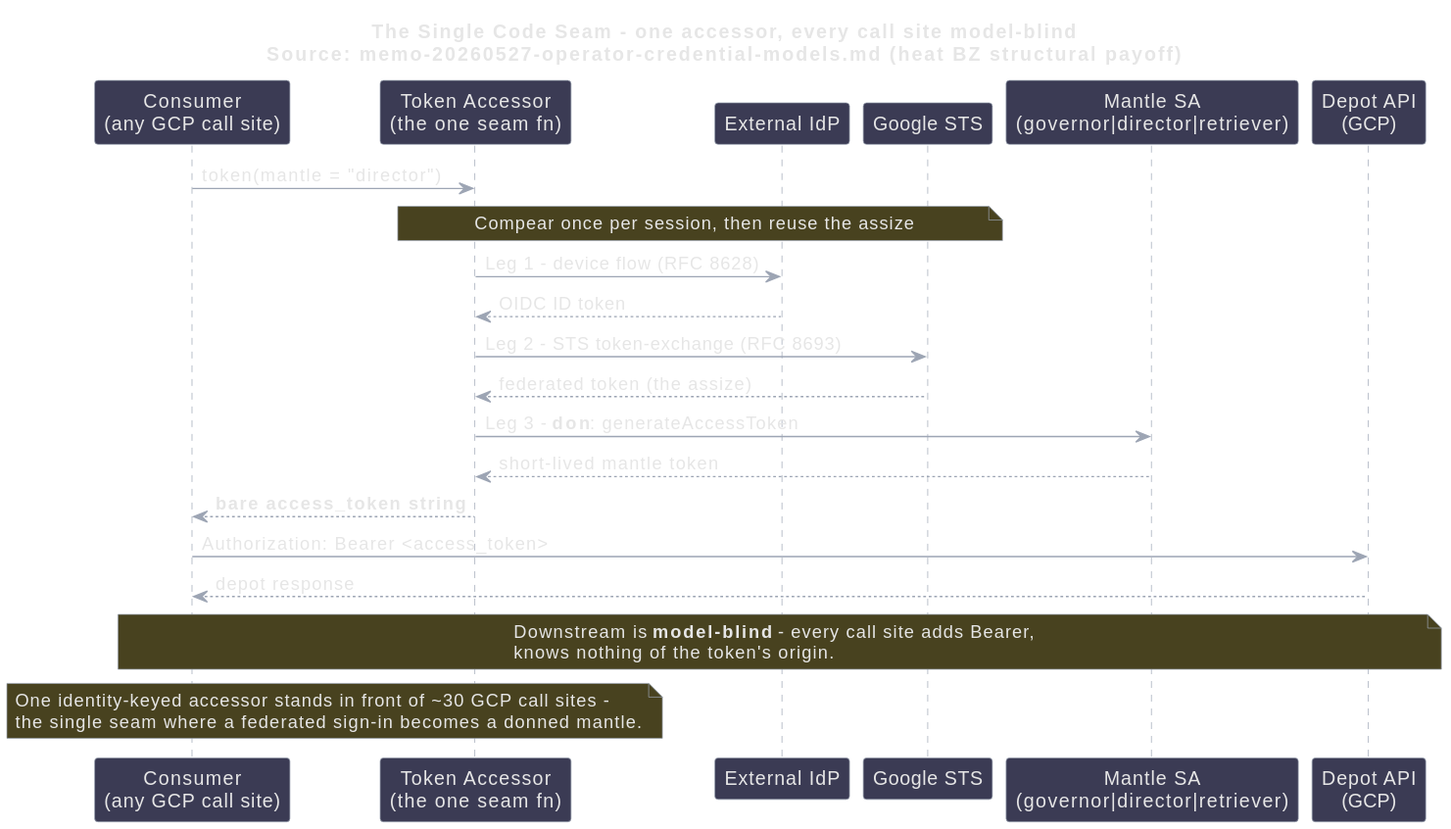
Above: diagrams/rbdgm_federation-seam-dark.svg in bhyslop/recipemuster (PlantUML), before the change. The source it was exported from:
```plantuml
@startuml
title The Single Code Seam - one accessor, every call site model-blind\nSource: memo-20260527-operator-credential-models.md (heat BZ structural payoff)

participant "Consumer\n(any GCP call site)" as CONS
participant "Token Accessor\n(the one seam fn)" as ACC
participant "External IdP" as IDP
participant "Google STS" as STS
participant "Mantle SA\n(governor|director|retriever)" as SA
participant "Depot API\n(GCP)" as GCP

CONS -> ACC : token(mantle = "director")

note over ACC, STS : Compear once per session, then reuse the assize
ACC -> IDP : Leg 1 - device flow (RFC 8628)
IDP --> ACC : OIDC ID token
ACC -> STS : Leg 2 - STS token-exchange (RFC 8693)
STS --> ACC : federated token (the assize)

ACC -> SA : Leg 3 - **don**: generateAccessToken
SA --> ACC : short-lived mantle token

ACC --> CONS : **bare access_token string**

CONS -> GCP : Authorization: Bearer <access_token>
GCP --> CONS : depot response

note over CONS, GCP : Downstream is **model-blind** - every call site adds Bearer,\nknows nothing of the token's origin.
note over CONS, ACC : One identity-keyed accessor stands in front of ~30 GCP call sites -\nthe single seam where a federated sign-in becomes a donned mantle.
@enduml
```
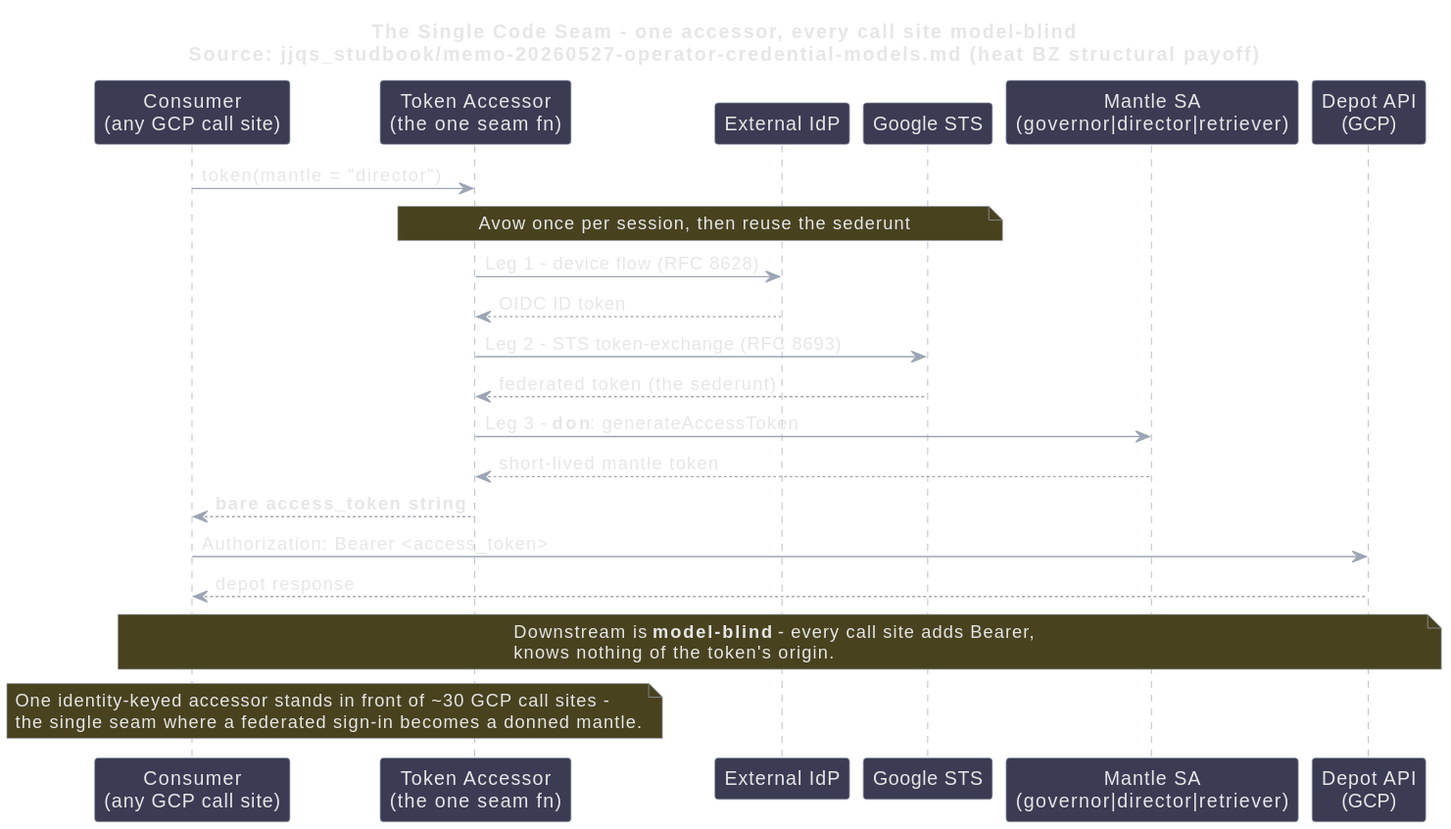
The same file after the commit.

Diff of the diagram source:
```diff
@@ -1,5 +1,5 @@
 @startuml
-title The Single Code Seam - one accessor, every call site model-blind\nSource: memo-20260527-operator-credential-models.md (heat BZ structural payoff)
+title The Single Code Seam - one accessor, every call site model-blind\nSource: jjqs_studbook/memo-20260527-operator-credential-models.md (heat BZ structural payoff)
 
 participant "Consumer\n(any GCP call site)" as CONS
 participant "Token Accessor\n(the one seam fn)" as ACC
@@ -10,11 +10,11 @@
 
 CONS -> ACC : token(mantle = "director")
 
-note over ACC, STS : Compear once per session, then reuse the assize
+note over ACC, STS : Avow once per session, then reuse the sederunt
 ACC -> IDP : Leg 1 - device flow (RFC 8628)
 IDP --> ACC : OIDC ID token
 ACC -> STS : Leg 2 - STS token-exchange (RFC 8693)
-STS --> ACC : federated token (the assize)
+STS --> ACC : federated token (the sederunt)
 
 ACC -> SA : Leg 3 - **don**: generateAccessToken
 SA --> ACC : short-lived mantle token
```
